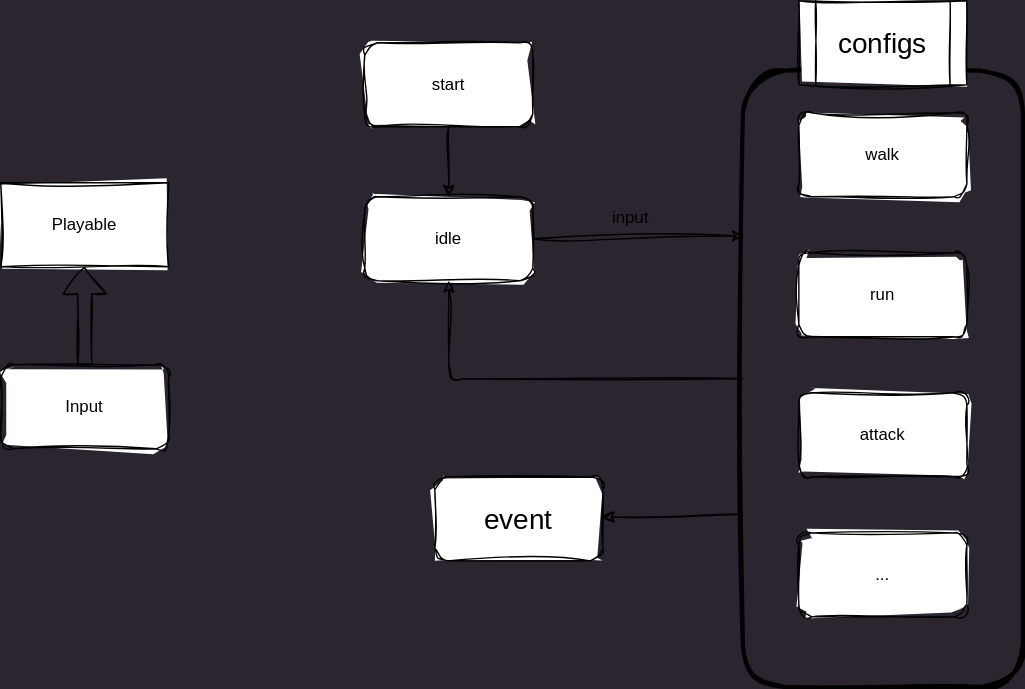
The draw.io diagram assets/drawio/playable_animation.drawio.svg in coding2233/coding2233.github.io, before a commit. Source tidied: cells renumbered, new cells last; positions are measured from the earlier drawing's top-left corner, leaving out a move shared by most shapes.
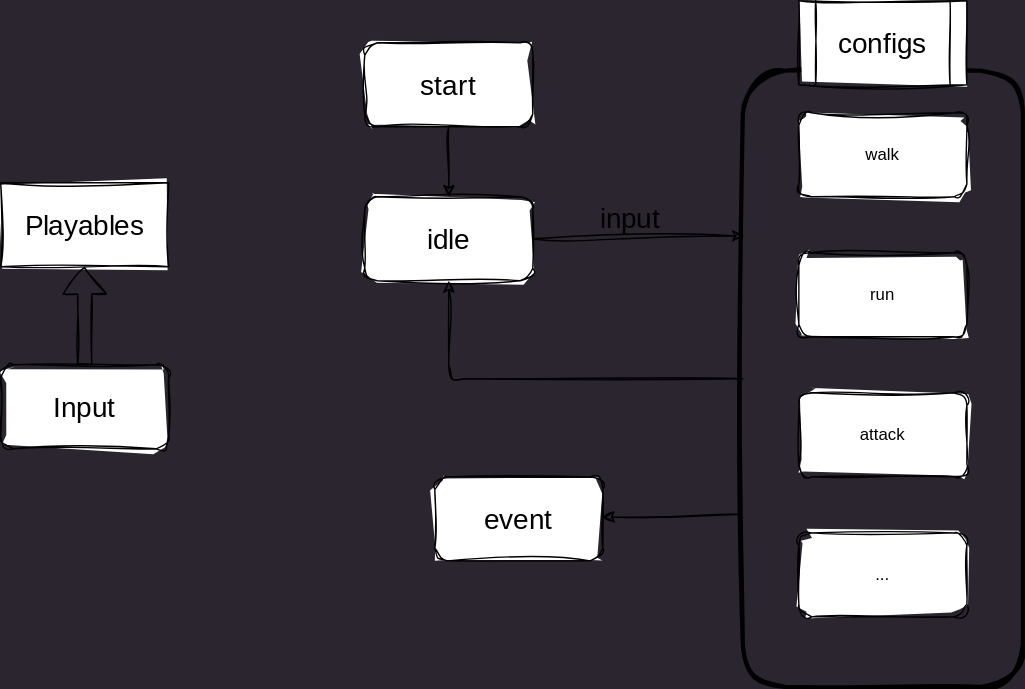
The same diagram one commit later.

Change to the diagram source:
```diff
@@ -2,19 +2,19 @@
   <root>
     <mxCell id="0" />
     <mxCell id="1" parent="0" />
-    <mxCell id="2" value="Input" style="rounded=1;whiteSpace=wrap;html=1;sketch=1;curveFitting=1;jiggle=2;" parent="1" vertex="1">
+    <mxCell id="2" value="&lt;font face=&quot;Architects Daughter&quot; style=&quot;font-size: 20px;&quot;&gt;Input&lt;/font&gt;" style="rounded=1;whiteSpace=wrap;html=1;sketch=1;curveFitting=1;jiggle=2;" parent="1" vertex="1">
       <mxGeometry y="260" width="120" height="60" as="geometry" />
     </mxCell>
-    <mxCell id="3" value="Playable" style="rounded=0;whiteSpace=wrap;html=1;sketch=1;curveFitting=1;jiggle=2;" parent="1" vertex="1">
+    <mxCell id="3" value="&lt;font style=&quot;font-size: 20px;&quot; face=&quot;Architects Daughter&quot;&gt;Playables&lt;/font&gt;" style="rounded=0;whiteSpace=wrap;html=1;sketch=1;curveFitting=1;jiggle=2;" parent="1" vertex="1">
       <mxGeometry y="130" width="120" height="60" as="geometry" />
     </mxCell>
     <mxCell id="4" style="shape=flexArrow;endArrow=classic;html=1;exitX=0.5;exitY=0;exitDx=0;exitDy=0;sketch=1;curveFitting=1;jiggle=2;" parent="1" edge="1" source="2" target="3">
       <mxGeometry relative="1" as="geometry" />
     </mxCell>
-    <mxCell id="5" value="idle" style="rounded=1;whiteSpace=wrap;html=1;sketch=1;curveFitting=1;jiggle=2;" parent="1" vertex="1">
+    <mxCell id="5" value="&lt;font style=&quot;font-size: 20px;&quot; face=&quot;Architects Daughter&quot;&gt;idle&lt;/font&gt;" style="rounded=1;whiteSpace=wrap;html=1;sketch=1;curveFitting=1;jiggle=2;shadow=0;" parent="1" vertex="1">
       <mxGeometry x="260" y="140" width="120" height="60" as="geometry" />
     </mxCell>
-    <mxCell id="6" value="start" style="rounded=1;whiteSpace=wrap;html=1;sketch=1;curveFitting=1;jiggle=2;" parent="1" vertex="1">
+    <mxCell id="6" value="start" style="rounded=1;whiteSpace=wrap;html=1;sketch=1;curveFitting=1;jiggle=2;fontFamily=Architects Daughter;fontSource=https%3A%2F%2Ffonts.googleapis.com%2Fcss%3Ffamily%3DArchitects%2BDaughter;fontSize=20;" parent="1" vertex="1">
       <mxGeometry x="260" y="30" width="120" height="60" as="geometry" />
     </mxCell>
     <mxCell id="7" style="endArrow=classic;html=1;exitX=0.5;exitY=1;exitDx=0;exitDy=0;entryX=0.5;entryY=0;entryDx=0;entryDy=0;sketch=1;curveFitting=1;jiggle=2;" parent="1" edge="1" source="6" target="5">
@@ -38,7 +38,7 @@
     <mxCell id="13" style="endArrow=classic;html=1;exitX=1;exitY=0.5;exitDx=0;exitDy=0;entryX=0.005;entryY=0.268;entryDx=0;entryDy=0;entryPerimeter=0;sketch=1;curveFitting=1;jiggle=2;" parent="1" edge="1" source="5" target="12">
       <mxGeometry relative="1" as="geometry" />
     </mxCell>
-    <mxCell id="14" value="input" style="text;html=1;strokeColor=none;fillColor=none;align=center;verticalAlign=middle;whiteSpace=wrap;rounded=0;strokeWidth=3;sketch=1;curveFitting=1;jiggle=2;" parent="1" vertex="1">
+    <mxCell id="14" value="&lt;font style=&quot;font-size: 20px;&quot; face=&quot;Architects Daughter&quot;&gt;input&lt;/font&gt;" style="text;html=1;strokeColor=none;fillColor=none;align=center;verticalAlign=middle;whiteSpace=wrap;rounded=0;strokeWidth=3;sketch=1;curveFitting=1;jiggle=2;" parent="1" vertex="1">
       <mxGeometry x="420" y="140" width="60" height="30" as="geometry" />
     </mxCell>
     <mxCell id="15" style="endArrow=classic;html=1;sketch=1;curveFitting=1;jiggle=2;" parent="1" edge="1" source="12" target="5">
```
